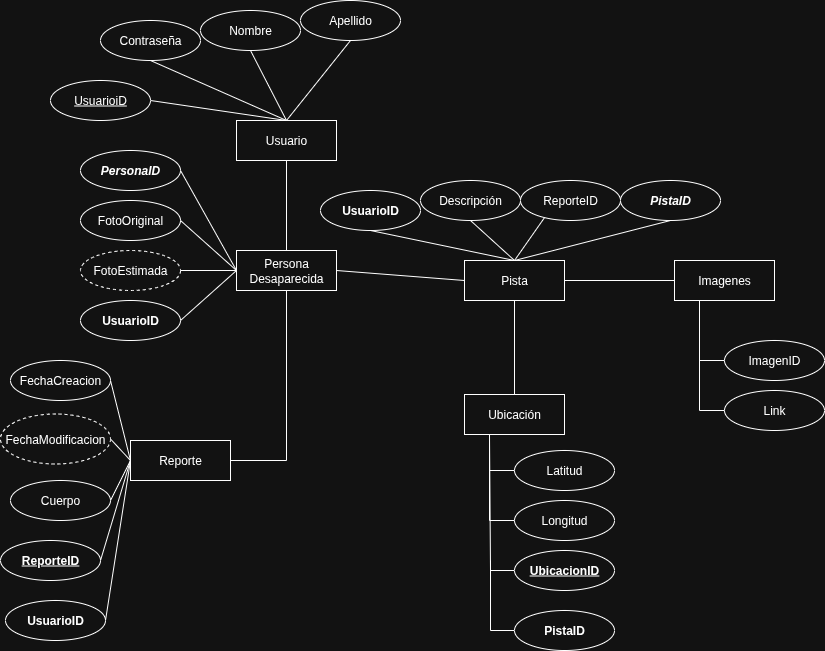
Before: Documentacion/ONG-Registro.drawio.png, a diagram exported from draw.io (DenisPablo/SeguimientoDePersonasDesaparecidasONG). Source tidied: cells renumbered, new cells last; positions are measured from the earlier drawing's top-left corner, leaving out a move shared by most shapes.
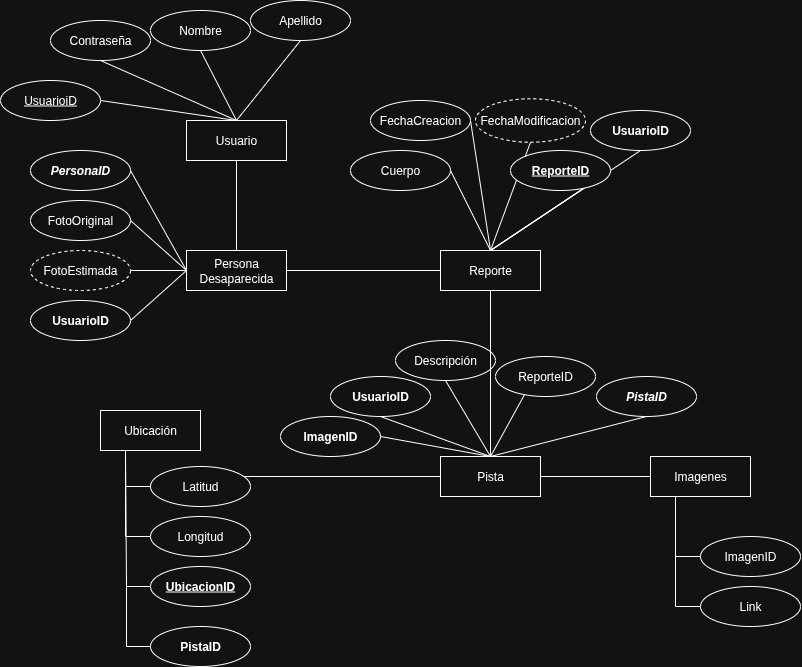
Above is the later version.

Change to the diagram source:
```diff
@@ -6,19 +6,21 @@
       <mxGeometry x="236" y="250" width="100" height="40" as="geometry" />
     </mxCell>
     <mxCell id="3" value="Reporte" style="whiteSpace=wrap;html=1;align=center;" parent="1" vertex="1">
-      <mxGeometry x="130" y="440" width="100" height="40" as="geometry" />
+      <mxGeometry x="490" y="250" width="100" height="40" as="geometry" />
     </mxCell>
     <mxCell id="4" value="Pista" style="whiteSpace=wrap;html=1;align=center;" parent="1" vertex="1">
-      <mxGeometry x="464" y="260" width="100" height="40" as="geometry" />
+      <mxGeometry x="490" y="456" width="100" height="40" as="geometry" />
     </mxCell>
     <mxCell id="5" value="Ubicación" style="whiteSpace=wrap;html=1;align=center;" parent="1" vertex="1">
-      <mxGeometry x="464" y="394" width="100" height="40" as="geometry" />
+      <mxGeometry x="150" y="410" width="100" height="40" as="geometry" />
     </mxCell>
     <mxCell id="6" value="Usuario" style="whiteSpace=wrap;html=1;align=center;" parent="1" vertex="1">
       <mxGeometry x="236" y="120" width="100" height="40" as="geometry" />
     </mxCell>
-    <mxCell id="7" style="endArrow=none;html=1;rounded=0;entryX=0.5;entryY=0;entryDx=0;entryDy=0;exitX=0.5;exitY=1;exitDx=0;exitDy=0;" parent="1" edge="1" source="4" target="5">
-      <mxGeometry relative="1" as="geometry" />
+    <mxCell id="7" style="endArrow=none;html=1;rounded=0;entryX=1;entryY=0.5;entryDx=0;entryDy=0;exitX=0;exitY=0.5;exitDx=0;exitDy=0;" parent="1" edge="1" source="4">
+      <mxGeometry relative="1" as="geometry">
+        <mxPoint x="260" y="476" as="targetPoint" />
+      </mxGeometry>
     </mxCell>
     <mxCell id="8" style="endArrow=none;html=1;rounded=0;entryX=0.5;entryY=1;entryDx=0;entryDy=0;exitX=0.5;exitY=0;exitDx=0;exitDy=0;" parent="1" edge="1" source="2" target="6">
       <mxGeometry relative="1" as="geometry" />
@@ -44,65 +46,62 @@
     <mxCell id="15" style="endArrow=none;html=1;rounded=0;entryX=0.5;entryY=1;entryDx=0;entryDy=0;exitX=0.5;exitY=0;exitDx=0;exitDy=0;" parent="1" edge="1" source="6" target="11">
       <mxGeometry relative="1" as="geometry" />
     </mxCell>
-    <mxCell id="16" value="&lt;u&gt;&lt;b&gt;ReporteID&lt;/b&gt;&lt;/u&gt;" style="ellipse;whiteSpace=wrap;html=1;align=center;" parent="1" vertex="1">
-      <mxGeometry y="540" width="100" height="40" as="geometry" />
-    </mxCell>
     <mxCell id="17" value="Cuerpo" style="ellipse;whiteSpace=wrap;html=1;align=center;" parent="1" vertex="1">
-      <mxGeometry x="10" y="480" width="100" height="40" as="geometry" />
+      <mxGeometry x="400" y="150" width="100" height="40" as="geometry" />
     </mxCell>
     <mxCell id="18" value="FechaCreacion" style="ellipse;whiteSpace=wrap;html=1;align=center;" parent="1" vertex="1">
-      <mxGeometry x="10" y="360" width="100" height="40" as="geometry" />
+      <mxGeometry x="420" y="100" width="100" height="40" as="geometry" />
     </mxCell>
-    <mxCell id="19" style="endArrow=none;html=1;rounded=0;entryX=0;entryY=0.5;entryDx=0;entryDy=0;exitX=1;exitY=0.5;exitDx=0;exitDy=0;" parent="1" edge="1" source="29" target="3">
+    <mxCell id="19" style="endArrow=none;html=1;rounded=0;entryX=0.5;entryY=0;entryDx=0;entryDy=0;exitX=1;exitY=0.5;exitDx=0;exitDy=0;" parent="1" edge="1" source="16" target="3">
       <mxGeometry relative="1" as="geometry" />
     </mxCell>
-    <mxCell id="20" style="endArrow=none;html=1;rounded=0;entryX=1;entryY=0.5;entryDx=0;entryDy=0;exitX=0;exitY=0.5;exitDx=0;exitDy=0;" parent="1" edge="1" source="3" target="18">
+    <mxCell id="20" style="endArrow=none;html=1;rounded=0;entryX=1;entryY=0.5;entryDx=0;entryDy=0;exitX=0.5;exitY=0;exitDx=0;exitDy=0;" parent="1" edge="1" source="3" target="18">
       <mxGeometry relative="1" as="geometry" />
     </mxCell>
-    <mxCell id="21" style="endArrow=none;html=1;rounded=0;entryX=1;entryY=0.5;entryDx=0;entryDy=0;exitX=0;exitY=0.5;exitDx=0;exitDy=0;" parent="1" edge="1" source="3" target="17">
+    <mxCell id="21" style="endArrow=none;html=1;rounded=0;entryX=1;entryY=0.5;entryDx=0;entryDy=0;exitX=0.5;exitY=0;exitDx=0;exitDy=0;" parent="1" edge="1" source="3" target="17">
       <mxGeometry relative="1" as="geometry" />
     </mxCell>
-    <mxCell id="22" style="endArrow=none;html=1;rounded=0;entryX=0;entryY=0.5;entryDx=0;entryDy=0;exitX=1;exitY=0.5;exitDx=0;exitDy=0;" parent="1" edge="1" source="16" target="3">
+    <mxCell id="22" style="endArrow=none;html=1;rounded=0;entryX=0.5;entryY=0;entryDx=0;entryDy=0;exitX=1;exitY=0.5;exitDx=0;exitDy=0;" parent="1" edge="1" source="16" target="3">
       <mxGeometry relative="1" as="geometry" />
     </mxCell>
     <mxCell id="23" style="endArrow=none;html=1;rounded=0;entryX=0.5;entryY=0;entryDx=0;entryDy=0;exitX=0.5;exitY=0;exitDx=0;exitDy=0;" parent="1" edge="1" source="4" target="24">
       <mxGeometry relative="1" as="geometry" />
     </mxCell>
     <mxCell id="24" value="ReporteID" style="ellipse;whiteSpace=wrap;html=1;align=center;" parent="1" vertex="1">
-      <mxGeometry x="520" y="180" width="100" height="40" as="geometry" />
+      <mxGeometry x="545" y="356" width="100" height="40" as="geometry" />
     </mxCell>
     <mxCell id="25" value="Imagenes" style="whiteSpace=wrap;html=1;align=center;" parent="1" vertex="1">
-      <mxGeometry x="674" y="260" width="100" height="40" as="geometry" />
+      <mxGeometry x="700" y="456" width="100" height="40" as="geometry" />
     </mxCell>
     <mxCell id="26" style="endArrow=none;html=1;rounded=0;entryX=0;entryY=0.5;entryDx=0;entryDy=0;exitX=1;exitY=0.5;exitDx=0;exitDy=0;" parent="1" edge="1" source="4" target="25">
       <mxGeometry relative="1" as="geometry" />
     </mxCell>
     <mxCell id="27" value="&lt;div&gt;Descripción&lt;/div&gt;" style="ellipse;whiteSpace=wrap;html=1;align=center;" parent="1" vertex="1">
-      <mxGeometry x="420" y="180" width="100" height="40" as="geometry" />
+      <mxGeometry x="445" y="340" width="100" height="40" as="geometry" />
     </mxCell>
-    <mxCell id="28" style="endArrow=none;html=1;rounded=0;entryX=0.5;entryY=1;entryDx=0;entryDy=0;exitX=0.5;exitY=0;exitDx=0;exitDy=0;" parent="1" edge="1" source="4" target="27">
+    <mxCell id="28" style="endArrow=none;html=1;rounded=0;exitX=0.5;exitY=0;exitDx=0;exitDy=0;entryX=0.5;entryY=1;entryDx=0;entryDy=0;" parent="1" edge="1" source="4" target="27">
       <mxGeometry relative="1" as="geometry" />
     </mxCell>
     <mxCell id="29" value="FechaModificacion" style="ellipse;whiteSpace=wrap;html=1;align=center;dashed=1;" parent="1" vertex="1">
-      <mxGeometry y="413.5" width="110" height="50" as="geometry" />
+      <mxGeometry x="525" y="98.2" width="110" height="43.5" as="geometry" />
     </mxCell>
     <mxCell id="30" value="ImagenID" style="ellipse;whiteSpace=wrap;html=1;align=center;" parent="1" vertex="1">
-      <mxGeometry x="724" y="340" width="100" height="40" as="geometry" />
+      <mxGeometry x="750" y="536" width="100" height="40" as="geometry" />
     </mxCell>
     <mxCell id="31" value="Link" style="ellipse;whiteSpace=wrap;html=1;align=center;" parent="1" vertex="1">
-      <mxGeometry x="724" y="390" width="100" height="40" as="geometry" />
+      <mxGeometry x="750" y="586" width="100" height="40" as="geometry" />
     </mxCell>
     <mxCell id="32" style="endArrow=none;html=1;rounded=0;entryX=0.25;entryY=1;entryDx=0;entryDy=0;" parent="1" edge="1" source="30" target="25">
       <mxGeometry relative="1" as="geometry">
         <Array as="points">
-          <mxPoint x="699" y="360" />
+          <mxPoint x="725" y="556" />
         </Array>
       </mxGeometry>
     </mxCell>
     <mxCell id="33" style="endArrow=none;html=1;rounded=0;entryX=0.25;entryY=1;entryDx=0;entryDy=0;exitX=0;exitY=0.5;exitDx=0;exitDy=0;" parent="1" edge="1" source="31" target="25">
       <mxGeometry relative="1" as="geometry">
         <Array as="points">
-          <mxPoint x="699" y="410" />
+          <mxPoint x="725" y="606" />
         </Array>
       </mxGeometry>
     </mxCell>
@@ -114,14 +113,7 @@
     <mxCell id="35" value="&lt;u&gt;UsuarioiD&lt;/u&gt;" style="ellipse;whiteSpace=wrap;html=1;align=center;" parent="1" vertex="1">
       <mxGeometry x="50" y="80" width="100" height="40" as="geometry" />
     </mxCell>
-    <mxCell id="36" style="endArrow=none;html=1;rounded=0;entryX=0.5;entryY=1;entryDx=0;entryDy=0;exitX=1;exitY=0.5;exitDx=0;exitDy=0;" parent="1" edge="1" source="3" target="2">
-      <mxGeometry relative="1" as="geometry">
-        <Array as="points">
-          <mxPoint x="286" y="460" />
-        </Array>
-      </mxGeometry>
-    </mxCell>
-    <mxCell id="37" style="endArrow=none;html=1;rounded=0;entryX=0;entryY=0.5;entryDx=0;entryDy=0;exitX=1;exitY=0.5;exitDx=0;exitDy=0;" parent="1" edge="1" source="2" target="4">
+    <mxCell id="37" style="endArrow=none;html=1;rounded=0;entryX=0.5;entryY=0;entryDx=0;entryDy=0;exitX=0.5;exitY=1;exitDx=0;exitDy=0;" parent="1" edge="1" source="3" target="4">
       <mxGeometry relative="1" as="geometry" />
     </mxCell>
     <mxCell id="38" value="&lt;i&gt;&lt;b&gt;PersonaID&lt;/b&gt;&lt;/i&gt;" style="ellipse;whiteSpace=wrap;html=1;align=center;" parent="1" vertex="1">
@@ -143,22 +135,22 @@
       <mxGeometry relative="1" as="geometry" />
     </mxCell>
     <mxCell id="44" value="Longitud" style="ellipse;whiteSpace=wrap;html=1;align=center;" parent="1" vertex="1">
-      <mxGeometry x="514" y="500" width="100" height="40" as="geometry" />
+      <mxGeometry x="200" y="516" width="100" height="40" as="geometry" />
     </mxCell>
     <mxCell id="45" value="Latitud" style="ellipse;whiteSpace=wrap;html=1;align=center;" parent="1" vertex="1">
-      <mxGeometry x="514" y="450" width="100" height="40" as="geometry" />
+      <mxGeometry x="200" y="466" width="100" height="40" as="geometry" />
     </mxCell>
     <mxCell id="46" style="endArrow=none;html=1;rounded=0;entryX=0.25;entryY=1;entryDx=0;entryDy=0;exitX=0;exitY=0.5;exitDx=0;exitDy=0;" parent="1" edge="1" source="45" target="5">
       <mxGeometry relative="1" as="geometry">
         <Array as="points">
-          <mxPoint x="489" y="470" />
+          <mxPoint x="175" y="486" />
         </Array>
       </mxGeometry>
     </mxCell>
     <mxCell id="47" style="endArrow=none;html=1;rounded=0;entryX=0.25;entryY=1;entryDx=0;entryDy=0;exitX=0;exitY=0.5;exitDx=0;exitDy=0;" parent="1" edge="1" source="44" target="5">
       <mxGeometry relative="1" as="geometry">
         <Array as="points">
-          <mxPoint x="489" y="520" />
+          <mxPoint x="175" y="536" />
         </Array>
       </mxGeometry>
     </mxCell>
@@ -169,43 +161,58 @@
       <mxGeometry relative="1" as="geometry" />
     </mxCell>
     <mxCell id="50" value="&lt;b&gt;UsuarioID&lt;/b&gt;" style="ellipse;whiteSpace=wrap;html=1;align=center;" parent="1" vertex="1">
-      <mxGeometry x="320" y="190" width="100" height="40" as="geometry" />
+      <mxGeometry x="380" y="376" width="100" height="40" as="geometry" />
     </mxCell>
     <mxCell id="51" style="endArrow=none;html=1;rounded=0;entryX=0.5;entryY=1;entryDx=0;entryDy=0;exitX=0.5;exitY=0;exitDx=0;exitDy=0;" parent="1" edge="1" source="4" target="50">
       <mxGeometry relative="1" as="geometry" />
     </mxCell>
     <mxCell id="52" value="&lt;b&gt;UsuarioID&lt;/b&gt;" style="ellipse;whiteSpace=wrap;html=1;align=center;" parent="1" vertex="1">
-      <mxGeometry x="5" y="600" width="100" height="40" as="geometry" />
+      <mxGeometry x="640" y="110" width="100" height="40" as="geometry" />
     </mxCell>
-    <mxCell id="53" style="endArrow=none;html=1;rounded=0;exitX=1;exitY=0.5;exitDx=0;exitDy=0;entryX=0;entryY=0.5;entryDx=0;entryDy=0;" parent="1" edge="1" source="52" target="3">
+    <mxCell id="53" style="endArrow=none;html=1;rounded=0;exitX=0.5;exitY=1;exitDx=0;exitDy=0;entryX=0.5;entryY=0;entryDx=0;entryDy=0;" parent="1" edge="1" source="52" target="3">
       <mxGeometry relative="1" as="geometry" />
     </mxCell>
     <mxCell id="54" style="endArrow=none;html=1;rounded=0;entryX=0.5;entryY=0;entryDx=0;entryDy=0;exitX=0.5;exitY=1;exitDx=0;exitDy=0;" parent="1" edge="1" source="55" target="4">
       <mxGeometry relative="1" as="geometry" />
     </mxCell>
     <mxCell id="55" value="&lt;i&gt;&lt;b&gt;PistaID&lt;/b&gt;&lt;/i&gt;" style="ellipse;whiteSpace=wrap;html=1;align=center;" parent="1" vertex="1">
-      <mxGeometry x="620" y="180" width="100" height="40" as="geometry" />
+      <mxGeometry x="646" y="376" width="100" height="40" as="geometry" />
     </mxCell>
     <mxCell id="56" style="endArrow=none;html=1;rounded=0;entryX=0.25;entryY=1;entryDx=0;entryDy=0;exitX=0;exitY=0.5;exitDx=0;exitDy=0;" parent="1" edge="1" source="57" target="5">
       <mxGeometry relative="1" as="geometry">
         <Array as="points">
-          <mxPoint x="490" y="570" />
+          <mxPoint x="176" y="586" />
         </Array>
       </mxGeometry>
     </mxCell>
     <mxCell id="57" value="&lt;u&gt;&lt;b&gt;UbicacionID&lt;/b&gt;&lt;/u&gt;" style="ellipse;whiteSpace=wrap;html=1;align=center;" parent="1" vertex="1">
-      <mxGeometry x="514" y="550" width="100" height="40" as="geometry" />
+      <mxGeometry x="200" y="566" width="100" height="40" as="geometry" />
     </mxCell>
     <mxCell id="58" style="endArrow=none;html=1;rounded=0;entryX=0.25;entryY=1;entryDx=0;entryDy=0;exitX=0;exitY=0.5;exitDx=0;exitDy=0;" parent="1" edge="1" source="59">
       <mxGeometry relative="1" as="geometry">
-        <mxPoint x="490" y="560" as="targetPoint" />
+        <mxPoint x="176" y="576" as="targetPoint" />
         <Array as="points">
-          <mxPoint x="490" y="630" />
+          <mxPoint x="176" y="646" />
         </Array>
       </mxGeometry>
     </mxCell>
     <mxCell id="59" value="&lt;b&gt;PistaID&lt;/b&gt;" style="ellipse;whiteSpace=wrap;html=1;align=center;" parent="1" vertex="1">
-      <mxGeometry x="514" y="610" width="100" height="40" as="geometry" />
+      <mxGeometry x="200" y="626" width="100" height="40" as="geometry" />
     </mxCell>
+    <mxCell id="60" style="endArrow=none;html=1;rounded=0;entryX=0.5;entryY=0;entryDx=0;entryDy=0;exitX=0.5;exitY=1;exitDx=0;exitDy=0;" parent="1" edge="1" source="29" target="3">
+      <mxGeometry relative="1" as="geometry" />
+    </mxCell>
+    <mxCell id="16" value="&lt;u&gt;&lt;b&gt;ReporteID&lt;/b&gt;&lt;/u&gt;" style="ellipse;whiteSpace=wrap;html=1;align=center;" parent="1" vertex="1">
+      <mxGeometry x="560" y="150" width="100" height="40" as="geometry" />
+    </mxCell>
+    <mxCell id="61" style="endArrow=none;html=1;rounded=0;entryX=0;entryY=0.5;entryDx=0;entryDy=0;exitX=1;exitY=0.5;exitDx=0;exitDy=0;" parent="1" edge="1" source="2" target="3">
+      <mxGeometry relative="1" as="geometry" />
+    </mxCell>
+    <mxCell id="62" value="&lt;b&gt;ImagenID&lt;/b&gt;" style="ellipse;whiteSpace=wrap;html=1;align=center;" parent="1" vertex="1">
+      <mxGeometry x="330" y="416" width="100" height="40" as="geometry" />
+    </mxCell>
+    <mxCell id="63" style="endArrow=none;html=1;rounded=0;entryX=0.5;entryY=0;entryDx=0;entryDy=0;exitX=1;exitY=0.5;exitDx=0;exitDy=0;" parent="1" edge="1" source="62" target="4">
+      <mxGeometry relative="1" as="geometry" />
+    </mxCell>
   </root>
 </mxGraphModel>
```
